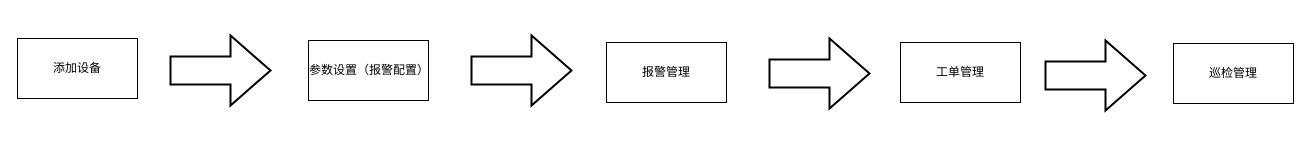
viking-wj/software keeps this draw.io diagram as page "系统流程" (1 of 3) of 模块.drawio. Above is the earlier version. Source tidied: cells renumbered, new cells numbered last; positions are measured from the earlier drawing's top-left corner, leaving out a move shared by most shapes. Both pictures are drawn from the tidied source at 100%, with x=0, y=0 at pixel (17, 35).
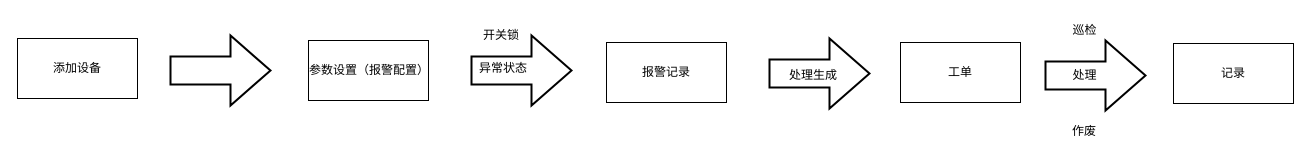
Above is the later version.

The edit, as a diff of the source:
```diff
@@
 <mxGraphModel>
   <root>
     <mxCell id="0" />
     <mxCell id="1" parent="0" />
     <mxCell id="2" value="添加设备" style="rounded=0;whiteSpace=wrap;html=1;" parent="1" vertex="1">
       <mxGeometry y="3" width="120" height="60" as="geometry" />
     </mxCell>
     <mxCell id="3" style="verticalLabelPosition=bottom;verticalAlign=top;html=1;strokeWidth=2;shape=mxgraph.arrows2.arrow;dy=0.6;dx=40;notch=0;" parent="1" vertex="1">
       <mxGeometry x="153" width="100" height="70" as="geometry" />
     </mxCell>
     <mxCell id="4" value="参数设置（报警配置）" style="rounded=0;whiteSpace=wrap;html=1;" parent="1" vertex="1">
       <mxGeometry x="291" y="5" width="120" height="60" as="geometry" />
     </mxCell>
     <mxCell id="5" style="verticalLabelPosition=bottom;verticalAlign=top;html=1;strokeWidth=2;shape=mxgraph.arrows2.arrow;dy=0.6;dx=40;notch=0;" parent="1" vertex="1">
       <mxGeometry x="454" width="100" height="70" as="geometry" />
     </mxCell>
-    <mxCell id="6" value="报警管理" style="rounded=0;whiteSpace=wrap;html=1;" parent="1" vertex="1">
+    <mxCell id="6" value="报警记录" style="rounded=0;whiteSpace=wrap;html=1;" parent="1" vertex="1">
       <mxGeometry x="589" y="7" width="120" height="60" as="geometry" />
     </mxCell>
     <mxCell id="7" style="verticalLabelPosition=bottom;verticalAlign=top;html=1;strokeWidth=2;shape=mxgraph.arrows2.arrow;dy=0.6;dx=40;notch=0;" parent="1" vertex="1">
       <mxGeometry x="752" y="3" width="100" height="70" as="geometry" />
     </mxCell>
-    <mxCell id="8" value="工单管理" style="rounded=0;whiteSpace=wrap;html=1;" parent="1" vertex="1">
+    <mxCell id="8" value="工单" style="rounded=0;whiteSpace=wrap;html=1;" parent="1" vertex="1">
       <mxGeometry x="883" y="7" width="120" height="60" as="geometry" />
     </mxCell>
-    <mxCell id="9" value="巡检管理" style="rounded=0;whiteSpace=wrap;html=1;" parent="1" vertex="1">
+    <mxCell id="9" value="记录" style="rounded=0;whiteSpace=wrap;html=1;" parent="1" vertex="1">
       <mxGeometry x="1156" y="8" width="120" height="60" as="geometry" />
     </mxCell>
     <mxCell id="10" style="verticalLabelPosition=bottom;verticalAlign=top;html=1;strokeWidth=2;shape=mxgraph.arrows2.arrow;dy=0.6;dx=40;notch=0;" parent="1" vertex="1">
       <mxGeometry x="1028" y="5" width="100" height="70" as="geometry" />
     </mxCell>
+    <mxCell id="11" value="处理" style="text;html=1;align=center;verticalAlign=middle;strokeColor=none;fillColor=none;" parent="1" vertex="1">
+      <mxGeometry x="1046" y="27" width="42" height="26" as="geometry" />
+    </mxCell>
+    <mxCell id="12" value="巡检" style="text;html=1;align=center;verticalAlign=middle;strokeColor=none;fillColor=none;" parent="1" vertex="1">
+      <mxGeometry x="1046" y="-18" width="42" height="26" as="geometry" />
+    </mxCell>
+    <mxCell id="13" value="作废" style="text;html=1;strokeColor=none;fillColor=none;align=center;verticalAlign=middle;whiteSpace=wrap;rounded=0;" parent="1" vertex="1">
+      <mxGeometry x="1037" y="81" width="60" height="30" as="geometry" />
+    </mxCell>
+    <mxCell id="14" value="处理生成" style="text;html=1;strokeColor=none;fillColor=none;align=center;verticalAlign=middle;whiteSpace=wrap;rounded=0;" parent="1" vertex="1">
+      <mxGeometry x="766" y="25" width="60" height="30" as="geometry" />
+    </mxCell>
+    <mxCell id="15" value="异常状态" style="text;html=1;strokeColor=none;fillColor=none;align=center;verticalAlign=middle;whiteSpace=wrap;rounded=0;" parent="1" vertex="1">
+      <mxGeometry x="456" y="18" width="60" height="30" as="geometry" />
+    </mxCell>
+    <mxCell id="16" value="开关锁" style="text;html=1;strokeColor=none;fillColor=none;align=center;verticalAlign=middle;whiteSpace=wrap;rounded=0;" parent="1" vertex="1">
+      <mxGeometry x="454" y="-15" width="60" height="30" as="geometry" />
+    </mxCell>
   </root>
 </mxGraphModel>
```
